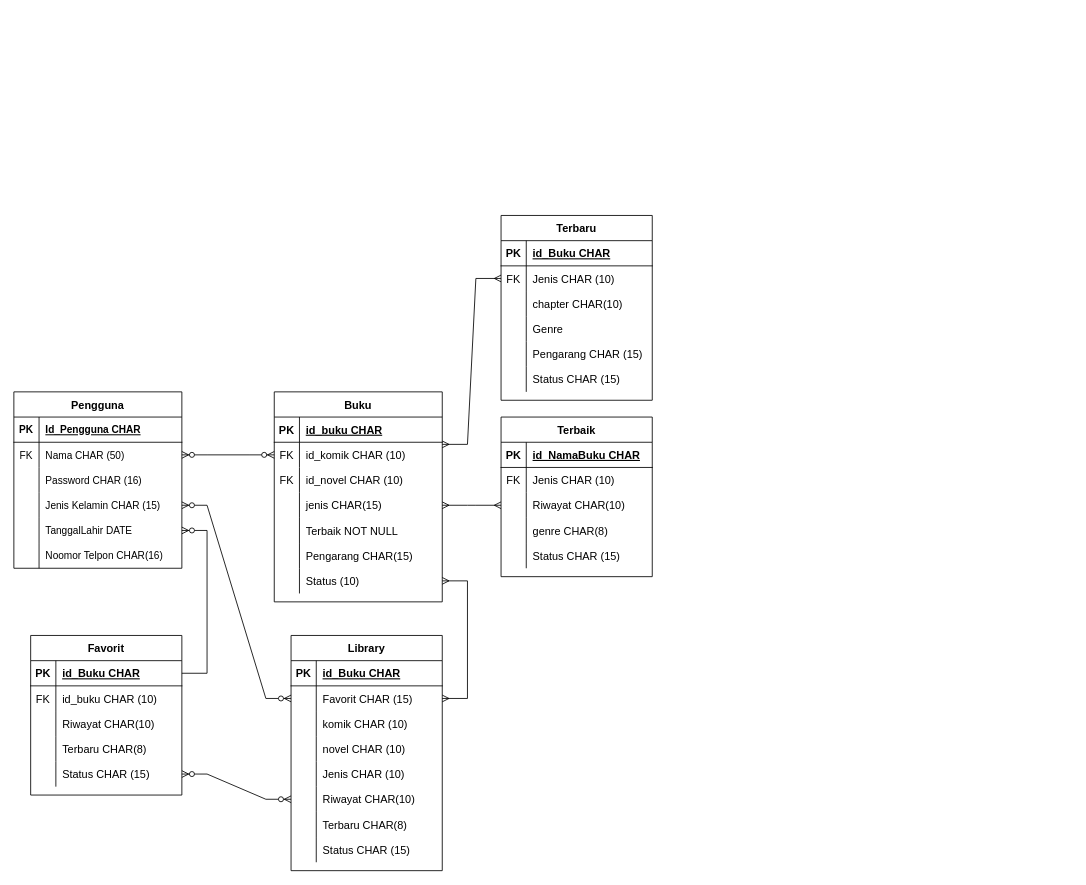
Before: Pertemuan5/pertemuan5-erd.drawio in Nurrohman10/IF214002-2, a draw.io diagram. Source tidied: cells renumbered, new cells numbered last; positions are measured from the earlier drawing's top-left corner, leaving out a move shared by most shapes. Both pictures are drawn from the tidied source at 84%, with x=0, y=0 at pixel (13, 215).
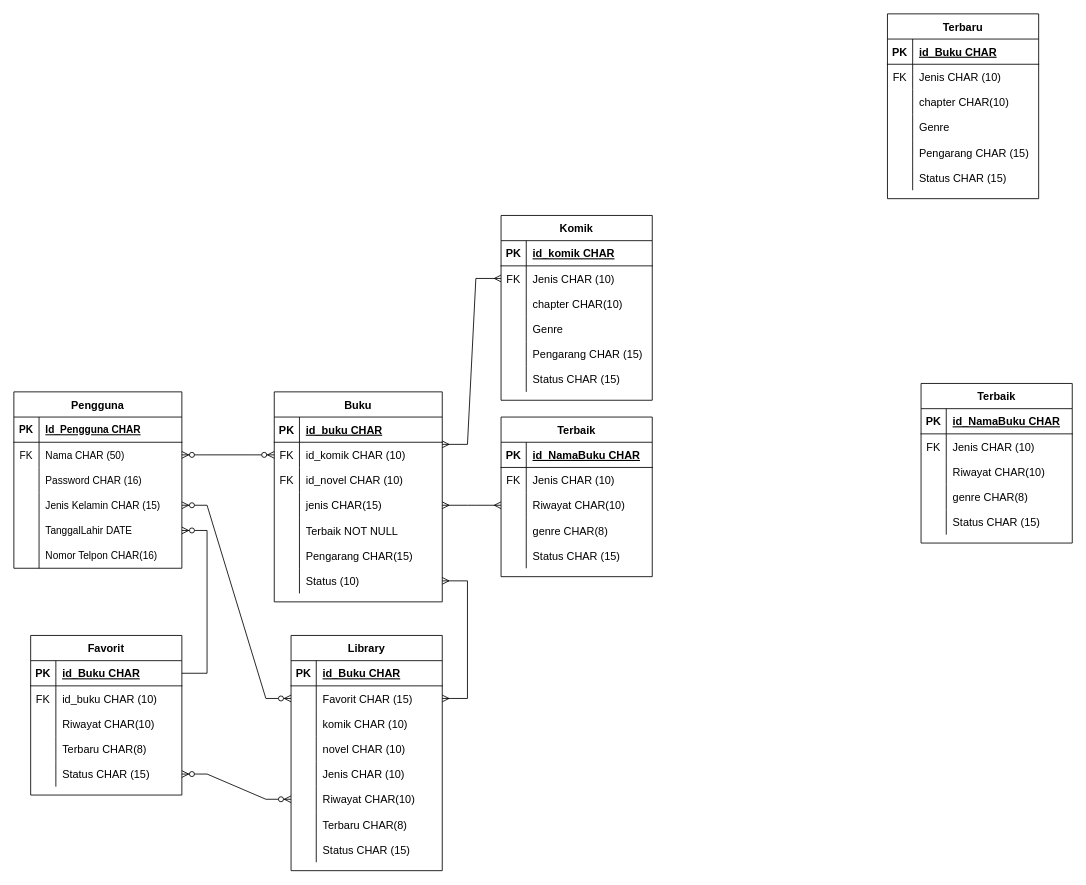
After the change.

Unchanged cells that the change refers to:
```xml
<mxCell id="18" style="shape=partialRectangle;fillColor=none;top=0;left=0;right=0;bottom=0;" parent="2" vertex="1">
  <mxGeometry y="180" width="200" height="30" as="geometry" />
</mxCell>
<mxCell id="105" style="shape=tableRow;horizontal=0;startSize=0;swimlaneHead=0;swimlaneBody=0;fillColor=none;top=0;left=0;right=0;bottom=1;fontSize=13;" parent="104" vertex="1">
  <mxGeometry y="30" width="180" height="30" as="geometry" />
</mxCell>
```

Change to the diagram source:
```diff
@@
-    <mxCell id="20" value="Noomor Telpon CHAR(16)" style="shape=partialRectangle;overflow=hidden;fillColor=none;top=0;left=0;bottom=0;right=0;align=left;spacingLeft=6;" parent="18" vertex="1">
+    <mxCell id="20" value="Nomor Telpon CHAR(16)" style="shape=partialRectangle;overflow=hidden;fillColor=none;top=0;left=0;bottom=0;right=0;align=left;spacingLeft=6;" parent="18" vertex="1">
       <mxGeometry x="30" width="170" height="30" as="geometry" />
     </mxCell>
@@
-    <mxCell id="104" value="Terbaru" style="shape=table;startSize=30;childLayout=tableLayout;rowLines=0;fontStyle=1;align=center;fontSize=13;" parent="1" vertex="1">
+    <mxCell id="104" value="Komik" style="shape=table;startSize=30;childLayout=tableLayout;rowLines=0;fontStyle=1;align=center;fontSize=13;" parent="1" vertex="1">
       <mxGeometry x="580" width="180" height="220" as="geometry" />
     </mxCell>
@@
-    <mxCell id="107" value="id_Buku CHAR" style="shape=partialRectangle;fillColor=none;top=0;left=0;bottom=0;right=0;align=left;spacingLeft=6;fontStyle=5;overflow=hidden;fontSize=13;" parent="105" vertex="1">
+    <mxCell id="107" value="id_komik CHAR" style="shape=partialRectangle;fillColor=none;top=0;left=0;bottom=0;right=0;align=left;spacingLeft=6;fontStyle=5;overflow=hidden;fontSize=13;" parent="105" vertex="1">
       <mxGeometry x="30" width="150" height="30" as="geometry" />
     </mxCell>
@@
+    <mxCell id="126" value="Terbaru" style="shape=table;startSize=30;childLayout=tableLayout;rowLines=0;fontStyle=1;align=center;fontSize=13;" parent="1" vertex="1">
+      <mxGeometry x="1040" y="-240" width="180" height="220" as="geometry" />
+    </mxCell>
+    <mxCell id="127" style="shape=tableRow;horizontal=0;startSize=0;swimlaneHead=0;swimlaneBody=0;fillColor=none;top=0;left=0;right=0;bottom=1;fontSize=13;" parent="126" vertex="1">
+      <mxGeometry y="30" width="180" height="30" as="geometry" />
+    </mxCell>
+    <mxCell id="128" value="PK" style="shape=partialRectangle;fillColor=none;top=0;left=0;bottom=0;right=0;fontStyle=1;overflow=hidden;fontSize=13;" parent="127" vertex="1">
+      <mxGeometry width="30" height="30" as="geometry" />
+    </mxCell>
+    <mxCell id="129" value="id_Buku CHAR" style="shape=partialRectangle;fillColor=none;top=0;left=0;bottom=0;right=0;align=left;spacingLeft=6;fontStyle=5;overflow=hidden;fontSize=13;" parent="127" vertex="1">
+      <mxGeometry x="30" width="150" height="30" as="geometry" />
+    </mxCell>
+    <mxCell id="130" style="shape=tableRow;horizontal=0;startSize=0;swimlaneHead=0;swimlaneBody=0;fillColor=none;top=0;left=0;right=0;bottom=0;fontSize=13;" parent="126" vertex="1">
+      <mxGeometry y="60" width="180" height="30" as="geometry" />
+    </mxCell>
+    <mxCell id="131" value="FK" style="shape=partialRectangle;fillColor=none;top=0;left=0;bottom=0;right=0;overflow=hidden;fontSize=13;" parent="130" vertex="1">
+      <mxGeometry width="30" height="30" as="geometry" />
+    </mxCell>
+    <mxCell id="132" value="Jenis CHAR (10)" style="shape=partialRectangle;fillColor=none;top=0;left=0;bottom=0;right=0;align=left;spacingLeft=6;overflow=hidden;fontSize=13;" parent="130" vertex="1">
+      <mxGeometry x="30" width="150" height="30" as="geometry" />
+    </mxCell>
+    <mxCell id="133" style="shape=tableRow;horizontal=0;startSize=0;swimlaneHead=0;swimlaneBody=0;fillColor=none;top=0;left=0;right=0;bottom=0;fontSize=13;" parent="126" vertex="1">
+      <mxGeometry y="90" width="180" height="30" as="geometry" />
+    </mxCell>
+    <mxCell id="134" style="shape=partialRectangle;fillColor=none;top=0;left=0;bottom=0;right=0;overflow=hidden;fontSize=13;" parent="133" vertex="1">
+      <mxGeometry width="30" height="30" as="geometry" />
+    </mxCell>
+    <mxCell id="135" value="chapter CHAR(10)" style="shape=partialRectangle;fillColor=none;top=0;left=0;bottom=0;right=0;align=left;spacingLeft=6;overflow=hidden;fontSize=13;" parent="133" vertex="1">
+      <mxGeometry x="30" width="150" height="30" as="geometry" />
+    </mxCell>
+    <mxCell id="136" style="shape=tableRow;horizontal=0;startSize=0;swimlaneHead=0;swimlaneBody=0;fillColor=none;top=0;left=0;right=0;bottom=0;fontSize=13;" parent="126" vertex="1">
+      <mxGeometry y="120" width="180" height="30" as="geometry" />
+    </mxCell>
+    <mxCell id="137" style="shape=partialRectangle;fillColor=none;top=0;left=0;bottom=0;right=0;overflow=hidden;fontSize=13;" parent="136" vertex="1">
+      <mxGeometry width="30" height="30" as="geometry" />
+    </mxCell>
+    <mxCell id="138" value="Genre  " style="shape=partialRectangle;fillColor=none;top=0;left=0;bottom=0;right=0;align=left;spacingLeft=6;overflow=hidden;fontSize=13;" parent="136" vertex="1">
+      <mxGeometry x="30" width="150" height="30" as="geometry" />
+    </mxCell>
+    <mxCell id="139" style="shape=tableRow;horizontal=0;startSize=0;swimlaneHead=0;swimlaneBody=0;fillColor=none;top=0;left=0;right=0;bottom=0;fontSize=13;" parent="126" vertex="1">
+      <mxGeometry y="150" width="180" height="30" as="geometry" />
+    </mxCell>
+    <mxCell id="140" style="shape=partialRectangle;fillColor=none;top=0;left=0;bottom=0;right=0;overflow=hidden;fontSize=13;" parent="139" vertex="1">
+      <mxGeometry width="30" height="30" as="geometry" />
+    </mxCell>
+    <mxCell id="141" value="Pengarang CHAR (15)" style="shape=partialRectangle;fillColor=none;top=0;left=0;bottom=0;right=0;align=left;spacingLeft=6;overflow=hidden;fontSize=13;" parent="139" vertex="1">
+      <mxGeometry x="30" width="150" height="30" as="geometry" />
+    </mxCell>
+    <mxCell id="142" style="shape=tableRow;horizontal=0;startSize=0;swimlaneHead=0;swimlaneBody=0;fillColor=none;top=0;left=0;right=0;bottom=0;fontSize=13;" parent="126" vertex="1">
+      <mxGeometry y="180" width="180" height="30" as="geometry" />
+    </mxCell>
+    <mxCell id="143" style="shape=partialRectangle;fillColor=none;top=0;left=0;bottom=0;right=0;overflow=hidden;fontSize=13;" parent="142" vertex="1">
+      <mxGeometry width="30" height="30" as="geometry" />
+    </mxCell>
+    <mxCell id="144" value="Status CHAR (15)" style="shape=partialRectangle;fillColor=none;top=0;left=0;bottom=0;right=0;align=left;spacingLeft=6;overflow=hidden;fontSize=13;" parent="142" vertex="1">
+      <mxGeometry x="30" width="150" height="30" as="geometry" />
+    </mxCell>
+    <mxCell id="145" value="Terbaik" style="shape=table;startSize=30;childLayout=tableLayout;rowLines=0;fontStyle=1;align=center;fontSize=13;" parent="1" vertex="1">
+      <mxGeometry x="1080" y="200" width="180" height="190" as="geometry" />
+    </mxCell>
+    <mxCell id="146" style="shape=tableRow;horizontal=0;startSize=0;swimlaneHead=0;swimlaneBody=0;fillColor=none;top=0;left=0;right=0;bottom=1;fontSize=13;" parent="145" vertex="1">
+      <mxGeometry y="30" width="180" height="30" as="geometry" />
+    </mxCell>
+    <mxCell id="147" value="PK" style="shape=partialRectangle;fillColor=none;top=0;left=0;bottom=0;right=0;fontStyle=1;overflow=hidden;fontSize=13;" parent="146" vertex="1">
+      <mxGeometry width="30" height="30" as="geometry" />
+    </mxCell>
+    <mxCell id="148" value="id_NamaBuku CHAR" style="shape=partialRectangle;fillColor=none;top=0;left=0;bottom=0;right=0;align=left;spacingLeft=6;fontStyle=5;overflow=hidden;fontSize=13;" parent="146" vertex="1">
+      <mxGeometry x="30" width="150" height="30" as="geometry" />
+    </mxCell>
+    <mxCell id="149" style="shape=tableRow;horizontal=0;startSize=0;swimlaneHead=0;swimlaneBody=0;fillColor=none;top=0;left=0;right=0;bottom=0;fontSize=13;" parent="145" vertex="1">
+      <mxGeometry y="60" width="180" height="30" as="geometry" />
+    </mxCell>
+    <mxCell id="150" value="FK" style="shape=partialRectangle;fillColor=none;top=0;left=0;bottom=0;right=0;overflow=hidden;fontSize=13;" parent="149" vertex="1">
+      <mxGeometry width="30" height="30" as="geometry" />
+    </mxCell>
+    <mxCell id="151" value="Jenis CHAR (10)" style="shape=partialRectangle;fillColor=none;top=0;left=0;bottom=0;right=0;align=left;spacingLeft=6;overflow=hidden;fontSize=13;" parent="149" vertex="1">
+      <mxGeometry x="30" width="150" height="30" as="geometry" />
+    </mxCell>
+    <mxCell id="152" style="shape=tableRow;horizontal=0;startSize=0;swimlaneHead=0;swimlaneBody=0;fillColor=none;top=0;left=0;right=0;bottom=0;fontSize=13;" parent="145" vertex="1">
+      <mxGeometry y="90" width="180" height="30" as="geometry" />
+    </mxCell>
+    <mxCell id="153" style="shape=partialRectangle;fillColor=none;top=0;left=0;bottom=0;right=0;overflow=hidden;fontSize=13;" parent="152" vertex="1">
+      <mxGeometry width="30" height="30" as="geometry" />
+    </mxCell>
+    <mxCell id="154" value="Riwayat CHAR(10)" style="shape=partialRectangle;fillColor=none;top=0;left=0;bottom=0;right=0;align=left;spacingLeft=6;overflow=hidden;fontSize=13;" parent="152" vertex="1">
+      <mxGeometry x="30" width="150" height="30" as="geometry" />
+    </mxCell>
+    <mxCell id="155" style="shape=tableRow;horizontal=0;startSize=0;swimlaneHead=0;swimlaneBody=0;fillColor=none;top=0;left=0;right=0;bottom=0;fontSize=13;" parent="145" vertex="1">
+      <mxGeometry y="120" width="180" height="30" as="geometry" />
+    </mxCell>
+    <mxCell id="156" style="shape=partialRectangle;fillColor=none;top=0;left=0;bottom=0;right=0;overflow=hidden;fontSize=13;" parent="155" vertex="1">
+      <mxGeometry width="30" height="30" as="geometry" />
+    </mxCell>
+    <mxCell id="157" value="genre CHAR(8)" style="shape=partialRectangle;fillColor=none;top=0;left=0;bottom=0;right=0;align=left;spacingLeft=6;overflow=hidden;fontSize=13;" parent="155" vertex="1">
+      <mxGeometry x="30" width="150" height="30" as="geometry" />
+    </mxCell>
+    <mxCell id="158" style="shape=tableRow;horizontal=0;startSize=0;swimlaneHead=0;swimlaneBody=0;fillColor=none;top=0;left=0;right=0;bottom=0;fontSize=13;" parent="145" vertex="1">
+      <mxGeometry y="150" width="180" height="30" as="geometry" />
+    </mxCell>
+    <mxCell id="159" style="shape=partialRectangle;fillColor=none;top=0;left=0;bottom=0;right=0;overflow=hidden;fontSize=13;" parent="158" vertex="1">
+      <mxGeometry width="30" height="30" as="geometry" />
+    </mxCell>
+    <mxCell id="160" value="Status CHAR (15)" style="shape=partialRectangle;fillColor=none;top=0;left=0;bottom=0;right=0;align=left;spacingLeft=6;overflow=hidden;fontSize=13;" parent="158" vertex="1">
+      <mxGeometry x="30" width="150" height="30" as="geometry" />
+    </mxCell>
```
